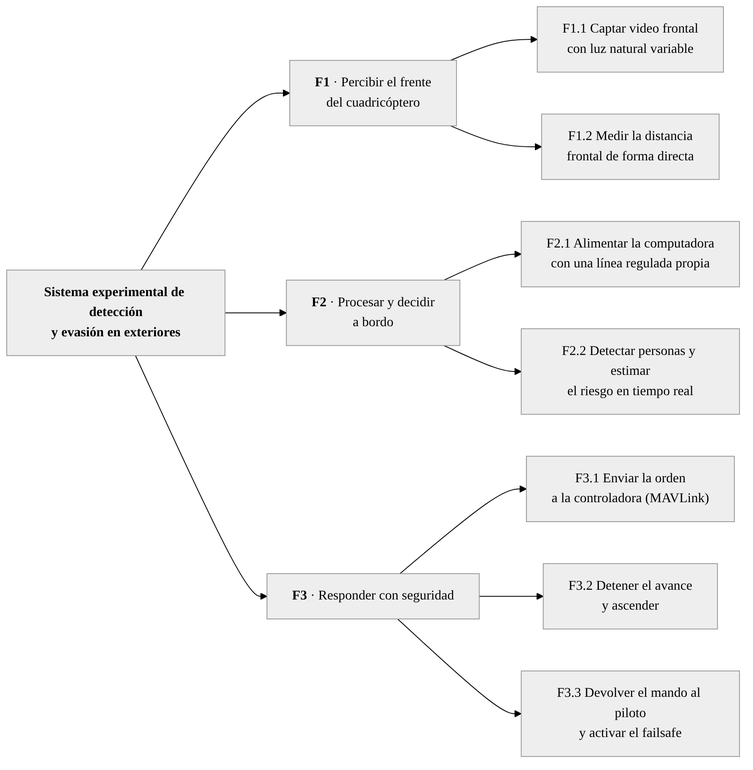
The Mermaid diagram docs/documento/diagramas/08_funcional.png in brahianorrego/Tesis-IA-Drone, before a commit. Its source is kept beside it as docs/documento/diagramas/08_funcional.mmd. Its diagram source:
```mermaid
flowchart LR
    G["<b>Sistema experimental de detección<br/>y evasión en exteriores</b>"]
    G --> F1["<b>F1</b> · Percibir el frente<br/>del cuadricóptero"]
    G --> F2["<b>F2</b> · Procesar y decidir<br/>a bordo"]
    G --> F3["<b>F3</b> · Responder con seguridad"]
    F1 --> F11["F1.1 Captar video frontal<br/>con luz natural variable"]
    F1 --> F12["F1.2 Medir la distancia<br/>frontal de forma directa"]
    F2 --> F21["F2.1 Alimentar la computadora<br/>con una línea regulada propia"]
    F2 --> F22["F2.2 Detectar personas y estimar<br/>el riesgo en tiempo real"]
    F3 --> F31["F3.1 Enviar la orden<br/>a la controladora (MAVLink)"]
    F3 --> F32["F3.2 Detener el avance<br/>y ascender"]
    F3 --> F33["F3.3 Devolver el mando al piloto<br/>y activar el failsafe"]
```
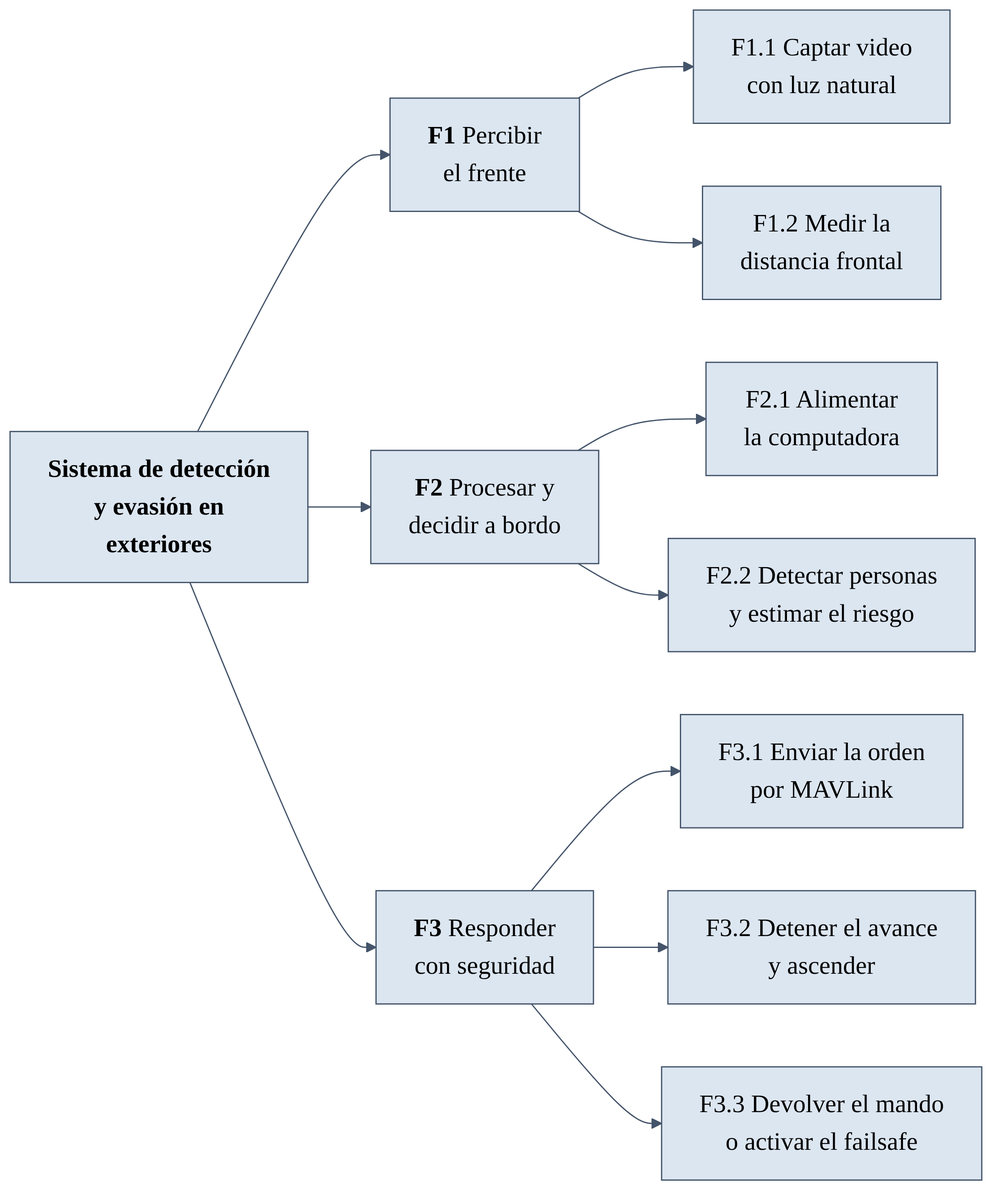
After the change.

The edit, as a diff of the source:
```diff
@@ -1,12 +1,12 @@
 flowchart LR
-    G["<b>Sistema experimental de detección<br/>y evasión en exteriores</b>"]
-    G --> F1["<b>F1</b> · Percibir el frente<br/>del cuadricóptero"]
-    G --> F2["<b>F2</b> · Procesar y decidir<br/>a bordo"]
-    G --> F3["<b>F3</b> · Responder con seguridad"]
-    F1 --> F11["F1.1 Captar video frontal<br/>con luz natural variable"]
-    F1 --> F12["F1.2 Medir la distancia<br/>frontal de forma directa"]
-    F2 --> F21["F2.1 Alimentar la computadora<br/>con una línea regulada propia"]
-    F2 --> F22["F2.2 Detectar personas y estimar<br/>el riesgo en tiempo real"]
-    F3 --> F31["F3.1 Enviar la orden<br/>a la controladora (MAVLink)"]
+    G["<b>Sistema de detección<br/>y evasión en<br/>exteriores</b>"]
+    G --> F1["<b>F1</b> Percibir<br/>el frente"]
+    G --> F2["<b>F2</b> Procesar y<br/>decidir a bordo"]
+    G --> F3["<b>F3</b> Responder<br/>con seguridad"]
+    F1 --> F11["F1.1 Captar video<br/>con luz natural"]
+    F1 --> F12["F1.2 Medir la<br/>distancia frontal"]
+    F2 --> F21["F2.1 Alimentar<br/>la computadora"]
+    F2 --> F22["F2.2 Detectar personas<br/>y estimar el riesgo"]
+    F3 --> F31["F3.1 Enviar la orden<br/>por MAVLink"]
     F3 --> F32["F3.2 Detener el avance<br/>y ascender"]
-    F3 --> F33["F3.3 Devolver el mando al piloto<br/>y activar el failsafe"]
+    F3 --> F33["F3.3 Devolver el mando<br/>o activar el failsafe"]
```
